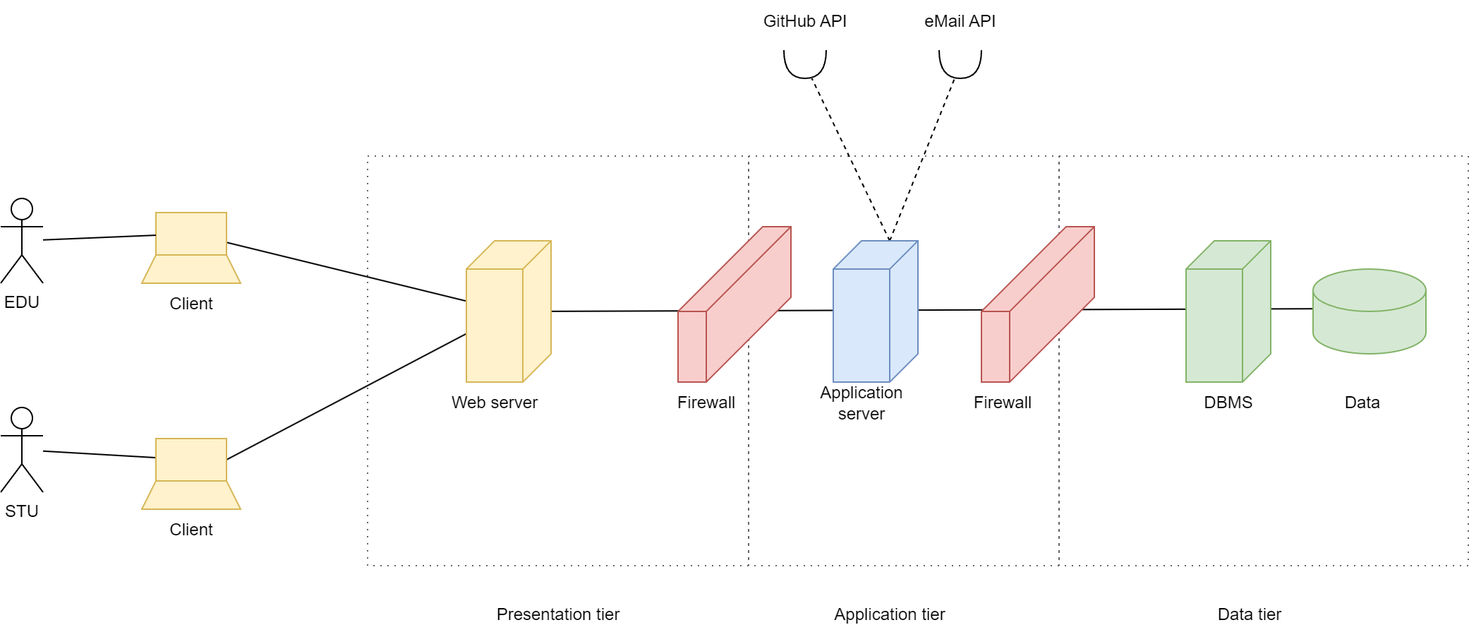
This is DD/images/diagrams/high_level_diagram.png from pontig/sw-eng-2-PasiniPontiggiaStasi, a draw.io export, as it was before one commit. Source tidied: cells renumbered, new cells last; positions are measured from the earlier drawing's top-left corner, leaving out a move shared by most shapes.
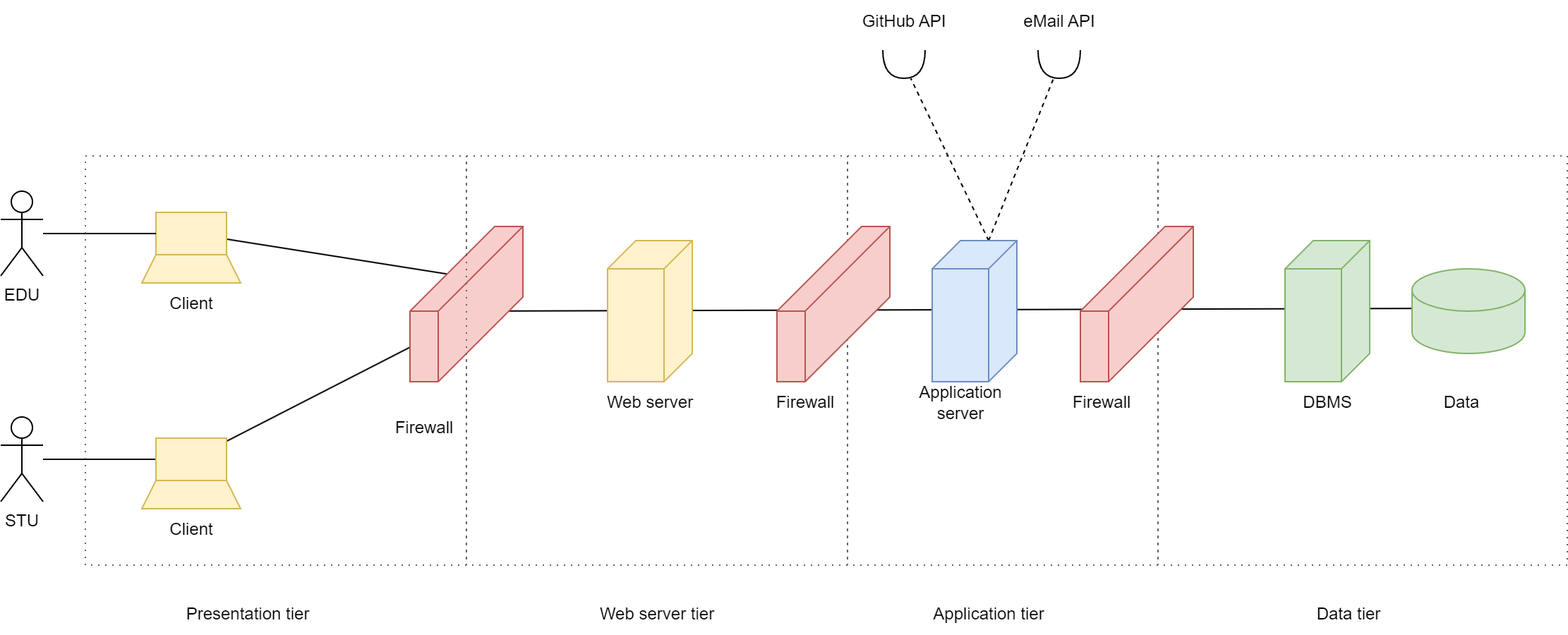
After the change.

Change to the diagram source:
```diff
@@ -2,9 +2,11 @@
   <root>
     <mxCell id="0" />
     <mxCell id="1" parent="0" />
+    <mxCell id="5" style="rounded=0;whiteSpace=wrap;html=1;fillColor=none;fontColor=#333333;strokeColor=#666666;dashed=1;dashPattern=1 4;" parent="1" vertex="1">
+      <mxGeometry x="260" y="110" width="270" height="290" as="geometry" />
+    </mxCell>
-    <mxCell id="2" style="endArrow=none;html=1;rounded=0;" parent="1" edge="1">
+    <mxCell id="2" style="endArrow=none;html=1;rounded=0;exitX=0.545;exitY=0.375;exitDx=0;exitDy=0;exitPerimeter=0;" parent="1" edge="1" source="41">
       <mxGeometry relative="1" as="geometry">
-        <mxPoint x="370" y="220" as="sourcePoint" />
         <mxPoint x="960" y="218" as="targetPoint" />
       </mxGeometry>
     </mxCell>
@@ -14,9 +16,6 @@
     <mxCell id="4" style="rounded=0;whiteSpace=wrap;html=1;fillColor=none;fontColor=#333333;strokeColor=#666666;dashed=1;dashPattern=1 4;" parent="1" vertex="1">
       <mxGeometry x="530" y="110" width="220" height="290" as="geometry" />
     </mxCell>
-    <mxCell id="5" style="rounded=0;whiteSpace=wrap;html=1;fillColor=none;fontColor=#333333;strokeColor=#666666;dashed=1;dashPattern=1 4;" parent="1" vertex="1">
-      <mxGeometry x="260" y="110" width="270" height="290" as="geometry" />
-    </mxCell>
     <mxCell id="6" style="rounded=0;jettySize=auto;html=1;dashed=1;endArrow=none;endFill=0;exitX=0;exitY=0;exitDx=0;exitDy=20;exitPerimeter=0;" parent="1" edge="1" source="8" target="31">
       <mxGeometry relative="1" as="geometry" />
     </mxCell>
@@ -35,17 +34,17 @@
     <mxCell id="11" value="Firewall" style="text;html=1;align=center;verticalAlign=middle;strokeColor=none;fillColor=none;" parent="1" vertex="1">
       <mxGeometry x="470" y="270" width="60" height="30" as="geometry" />
     </mxCell>
-    <mxCell id="12" style="rounded=0;jettySize=auto;html=1;endArrow=none;endFill=0;" parent="1" edge="1" source="13" target="37">
-      <mxGeometry relative="1" as="geometry" />
-    </mxCell>
+    <mxCell id="39" style="rounded=0;jettySize=auto;html=1;endArrow=none;endFill=0;entryX=0.369;entryY=0.125;entryDx=0;entryDy=0;entryPerimeter=0;" parent="1" edge="1" source="13" target="41">
+      <mxGeometry relative="1" as="geometry" />
+    </mxCell>
     <mxCell id="13" style="whiteSpace=wrap;html=1;fillColor=#fff2cc;strokeColor=#d6b656;" parent="1" vertex="1">
-      <mxGeometry x="110" y="150" width="50" height="30" as="geometry" />
+      <mxGeometry x="40" y="150" width="50" height="30" as="geometry" />
     </mxCell>
     <mxCell id="14" style="shape=trapezoid;perimeter=trapezoidPerimeter;whiteSpace=wrap;html=1;fixedSize=1;fillColor=#fff2cc;strokeColor=#d6b656;size=10;" parent="1" vertex="1">
-      <mxGeometry x="100" y="180" width="70" height="20" as="geometry" />
+      <mxGeometry x="30" y="180" width="70" height="20" as="geometry" />
     </mxCell>
     <mxCell id="15" value="Client" style="text;html=1;align=center;verticalAlign=middle;strokeColor=none;fillColor=none;" parent="1" vertex="1">
-      <mxGeometry x="110" y="200" width="50" height="30" as="geometry" />
+      <mxGeometry x="40" y="200" width="50" height="30" as="geometry" />
     </mxCell>
     <mxCell id="16" style="verticalAlign=top;align=left;spacingTop=8;spacingLeft=2;spacingRight=12;shape=cube;size=60;direction=south;fontStyle=4;html=1;whiteSpace=wrap;fillStyle=auto;fillColor=#f8cecc;strokeColor=#b85450;" parent="1" vertex="1">
       <mxGeometry x="695" y="160" width="80" height="110" as="geometry" />
@@ -69,16 +68,16 @@
       <mxGeometry relative="1" as="geometry" />
     </mxCell>
     <mxCell id="23" value="EDU" style="shape=umlActor;verticalLabelPosition=bottom;verticalAlign=top;html=1;outlineConnect=0;" parent="1" vertex="1">
-      <mxGeometry y="140" width="30" height="60" as="geometry" />
+      <mxGeometry x="-70" y="135" width="30" height="60" as="geometry" />
     </mxCell>
     <mxCell id="24" style="rounded=0;jettySize=auto;html=1;endArrow=none;endFill=0;" parent="1" edge="1" source="25" target="34">
       <mxGeometry relative="1" as="geometry" />
     </mxCell>
     <mxCell id="25" value="STU" style="shape=umlActor;verticalLabelPosition=bottom;verticalAlign=top;html=1;outlineConnect=0;" parent="1" vertex="1">
-      <mxGeometry y="288" width="30" height="60" as="geometry" />
+      <mxGeometry x="-70" y="295" width="30" height="60" as="geometry" />
     </mxCell>
-    <mxCell id="26" value="Presentation tier" style="text;html=1;align=center;verticalAlign=middle;strokeColor=none;fillColor=none;" parent="1" vertex="1">
-      <mxGeometry x="340" y="420" width="110" height="30" as="geometry" />
+    <mxCell id="26" value="Web server tier" style="text;html=1;align=center;verticalAlign=middle;strokeColor=none;fillColor=none;" parent="1" vertex="1">
+      <mxGeometry x="345" y="420" width="100" height="30" as="geometry" />
     </mxCell>
     <mxCell id="27" value="Application tier" style="text;html=1;align=center;verticalAlign=middle;strokeColor=none;fillColor=none;" parent="1" vertex="1">
       <mxGeometry x="580" y="420" width="100" height="30" as="geometry" />
@@ -98,23 +97,35 @@
     <mxCell id="32" style="shape=requiredInterface;html=1;verticalLabelPosition=bottom;sketch=0;rotation=90;" parent="1" vertex="1">
       <mxGeometry x="670" y="30" width="20" height="30" as="geometry" />
     </mxCell>
-    <mxCell id="33" style="rounded=0;jettySize=auto;html=1;endArrow=none;endFill=0;exitX=1;exitY=0.5;exitDx=0;exitDy=0;" parent="1" edge="1" source="34" target="37">
-      <mxGeometry relative="1" as="geometry" />
-    </mxCell>
+    <mxCell id="40" style="rounded=0;jettySize=auto;html=1;endArrow=none;endFill=0;entryX=0.545;entryY=0.375;entryDx=0;entryDy=0;entryPerimeter=0;" parent="1" edge="1" source="34" target="41">
+      <mxGeometry relative="1" as="geometry" />
+    </mxCell>
     <mxCell id="34" style="whiteSpace=wrap;html=1;fillColor=#fff2cc;strokeColor=#d6b656;" parent="1" vertex="1">
-      <mxGeometry x="110" y="310" width="50" height="30" as="geometry" />
+      <mxGeometry x="40" y="310" width="50" height="30" as="geometry" />
     </mxCell>
     <mxCell id="35" style="shape=trapezoid;perimeter=trapezoidPerimeter;whiteSpace=wrap;html=1;fixedSize=1;fillColor=#fff2cc;strokeColor=#d6b656;size=10;" parent="1" vertex="1">
-      <mxGeometry x="100" y="340" width="70" height="20" as="geometry" />
+      <mxGeometry x="30" y="340" width="70" height="20" as="geometry" />
     </mxCell>
     <mxCell id="36" value="Client" style="text;html=1;align=center;verticalAlign=middle;strokeColor=none;fillColor=none;" parent="1" vertex="1">
-      <mxGeometry x="110" y="360" width="50" height="30" as="geometry" />
+      <mxGeometry x="40" y="360" width="50" height="30" as="geometry" />
     </mxCell>
     <mxCell id="37" style="verticalAlign=top;align=left;spacingTop=8;spacingLeft=2;spacingRight=12;shape=cube;size=20;direction=south;fontStyle=4;html=1;whiteSpace=wrap;fillColor=#fff2cc;strokeColor=#d6b656;" parent="1" vertex="1">
-      <mxGeometry x="330" y="170" width="60" height="100" as="geometry" />
+      <mxGeometry x="360" y="170" width="60" height="100" as="geometry" />
     </mxCell>
     <mxCell id="38" value="Web server" style="text;html=1;align=center;verticalAlign=middle;strokeColor=none;fillColor=none;" parent="1" vertex="1">
-      <mxGeometry x="310" y="270" width="80" height="30" as="geometry" />
+      <mxGeometry x="350" y="270" width="80" height="30" as="geometry" />
     </mxCell>
+    <mxCell id="41" style="verticalAlign=top;align=left;spacingTop=8;spacingLeft=2;spacingRight=12;shape=cube;size=60;direction=south;fontStyle=4;html=1;whiteSpace=wrap;fillStyle=auto;fillColor=#f8cecc;strokeColor=#b85450;" parent="1" vertex="1">
+      <mxGeometry x="220" y="160" width="80" height="110" as="geometry" />
+    </mxCell>
+    <mxCell id="42" value="Firewall" style="text;html=1;align=center;verticalAlign=middle;strokeColor=none;fillColor=none;" parent="1" vertex="1">
+      <mxGeometry x="200" y="288" width="60" height="30" as="geometry" />
+    </mxCell>
+    <mxCell id="43" style="rounded=0;whiteSpace=wrap;html=1;fillColor=none;fontColor=#333333;strokeColor=#666666;dashed=1;dashPattern=1 4;" parent="1" vertex="1">
+      <mxGeometry x="-10" y="110" width="270" height="290" as="geometry" />
+    </mxCell>
+    <mxCell id="44" value="Presentation tier" style="text;html=1;align=center;verticalAlign=middle;strokeColor=none;fillColor=none;" parent="1" vertex="1">
+      <mxGeometry x="50" y="420" width="110" height="30" as="geometry" />
+    </mxCell>
   </root>
 </mxGraphModel>
```
